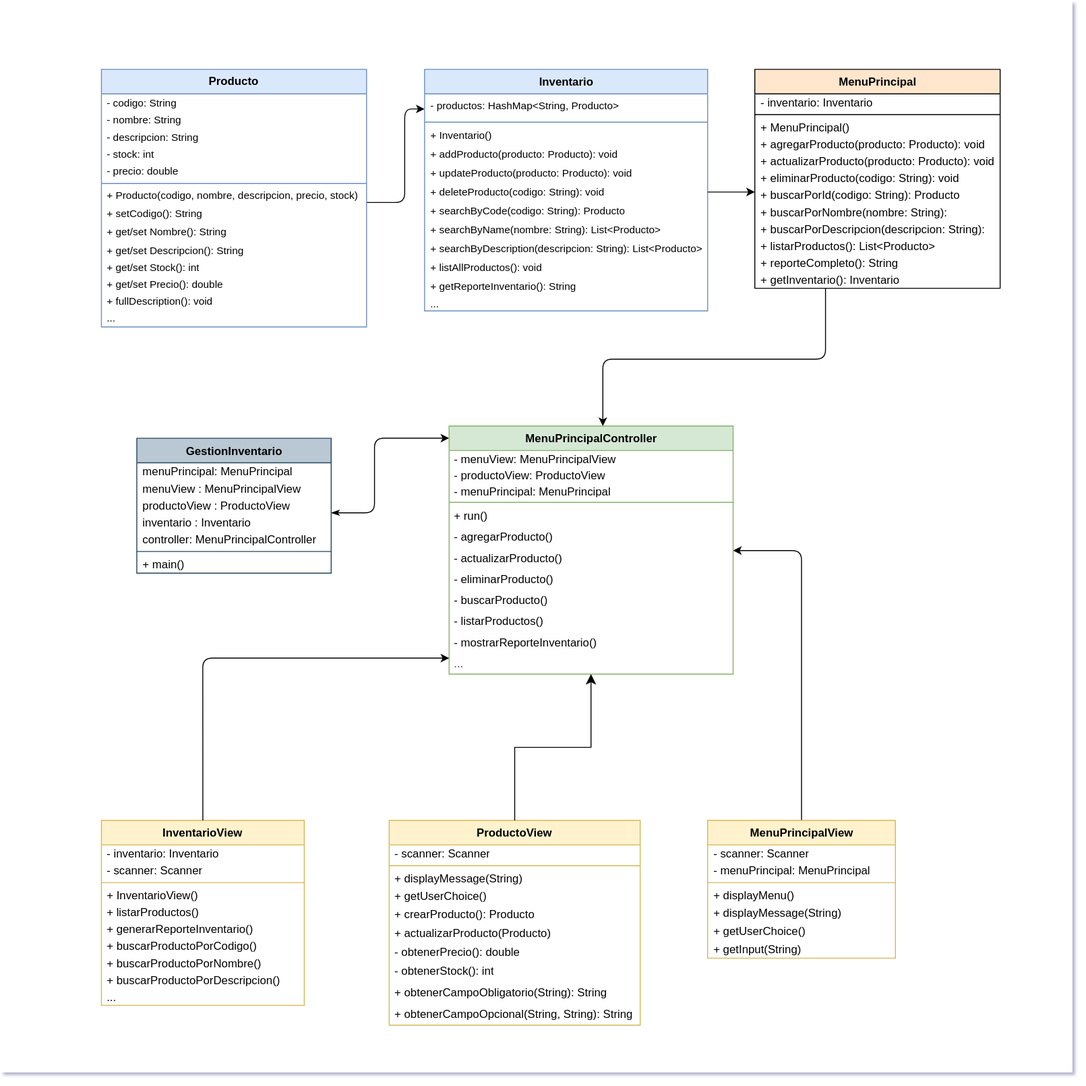
Earlier version of the draw.io export docs/GestionInventarioV2.drawio.svg (kbsg01/GestionInventarioV2). Source tidied: cells renumbered, new cells last; positions are measured from the earlier drawing's top-left corner, leaving out a move shared by most shapes.
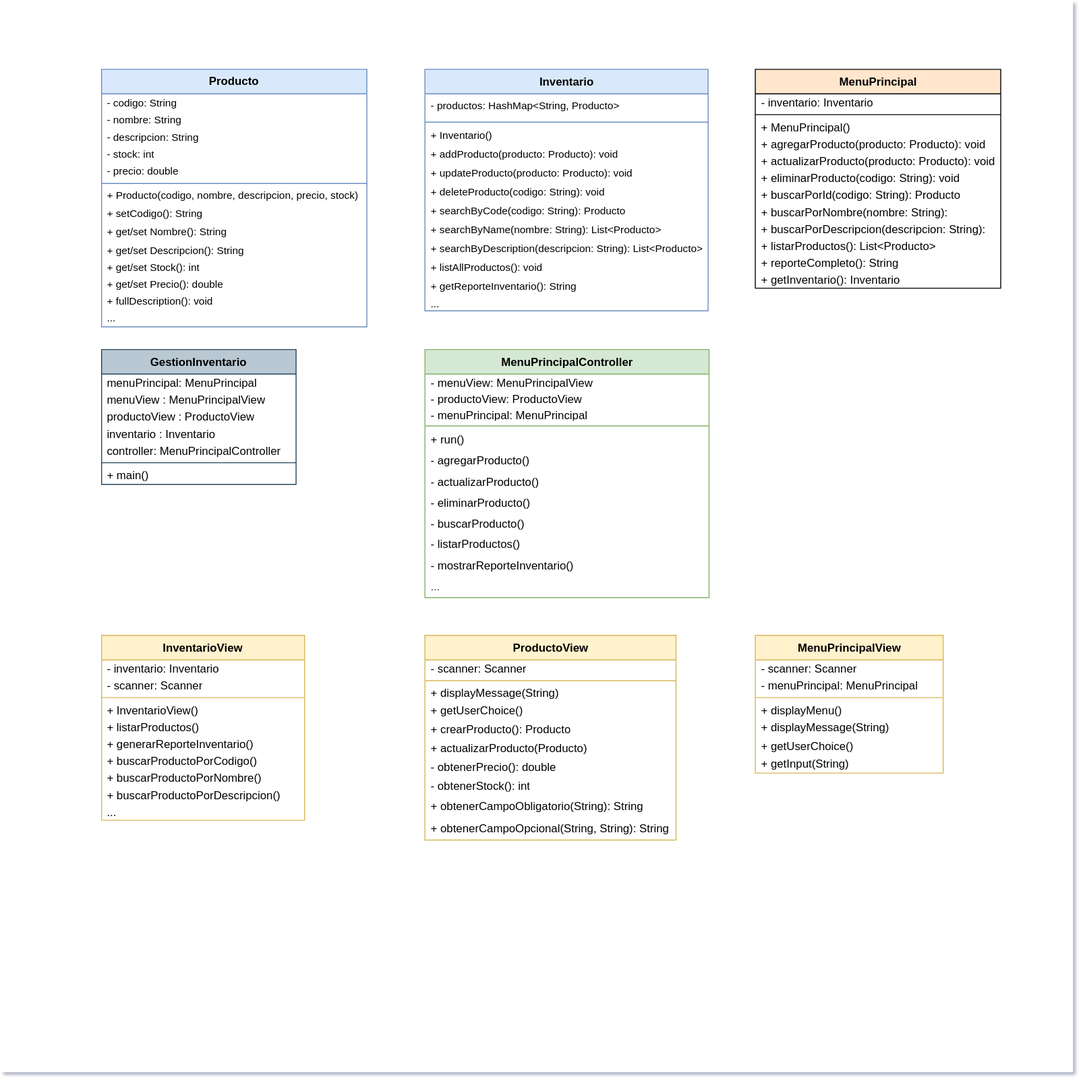
The same file after the commit.

Commit message:
Remove `InventarioView` from the README documentation as it is no longer part of the project structure.

Change to the diagram source:
```diff
@@ -2,21 +2,10 @@
   <root>
     <mxCell id="0" />
     <mxCell id="1" parent="0" />
-    <mxCell id="2" style="group;" parent="1" vertex="1">
-      <mxGeometry width="1140" height="1140" as="geometry" />
-    </mxCell>
-    <mxCell id="3" style="whiteSpace=wrap;html=1;strokeColor=none;" parent="2" vertex="1">
+    <mxCell id="3" style="whiteSpace=wrap;html=1;strokeColor=none;" parent="1" vertex="1">
       <mxGeometry width="1136" height="1136" as="geometry" />
     </mxCell>
-    <mxCell id="4" style="edgeStyle=orthogonalEdgeStyle;html=1;" parent="2" edge="1" source="5" target="20">
-      <mxGeometry relative="1" as="geometry">
-        <Array as="points">
-          <mxPoint x="428.5" y="214" />
-          <mxPoint x="428.5" y="115" />
-        </Array>
-      </mxGeometry>
-    </mxCell>
-    <mxCell id="5" value="Producto" style="swimlane;fontStyle=1;align=center;verticalAlign=middle;horizontal=1;startSize=26;whiteSpace=wrap;html=1;fillColor=#dae8fc;strokeColor=#6c8ebf;swimlaneFillColor=default;" parent="2" vertex="1">
+    <mxCell id="5" value="Producto" style="swimlane;fontStyle=1;align=center;verticalAlign=middle;horizontal=1;startSize=26;whiteSpace=wrap;html=1;fillColor=#dae8fc;strokeColor=#6c8ebf;swimlaneFillColor=default;" parent="1" vertex="1">
       <mxGeometry x="107" y="73" width="281" height="273" as="geometry" />
     </mxCell>
     <mxCell id="6" value="- codigo: String" style="text;strokeColor=none;fillColor=none;align=left;verticalAlign=middle;spacingLeft=4;spacingRight=4;overflow=hidden;whiteSpace=wrap;html=1;fontSize=11;" parent="5" vertex="1">
@@ -61,7 +50,7 @@
     <mxCell id="19" value="..." style="text;strokeColor=none;fillColor=none;align=left;verticalAlign=middle;spacingLeft=4;spacingRight=4;overflow=hidden;whiteSpace=wrap;html=1;fontSize=11;" parent="5" vertex="1">
       <mxGeometry y="255" width="281" height="18" as="geometry" />
     </mxCell>
-    <mxCell id="20" value="Inventario" style="swimlane;fontStyle=1;align=center;verticalAlign=top;horizontal=1;startSize=26;whiteSpace=wrap;html=1;fillColor=#dae8fc;strokeColor=#6c8ebf;gradientColor=none;swimlaneFillColor=default;" parent="2" vertex="1">
+    <mxCell id="20" value="Inventario" style="swimlane;fontStyle=1;align=center;verticalAlign=top;horizontal=1;startSize=26;whiteSpace=wrap;html=1;fillColor=#dae8fc;strokeColor=#6c8ebf;gradientColor=none;swimlaneFillColor=default;" parent="1" vertex="1">
       <mxGeometry x="449.5" y="73" width="300" height="256" as="geometry" />
     </mxCell>
     <mxCell id="21" value="- productos: HashMap&amp;lt;String, Producto&amp;gt;" style="text;strokeColor=none;fillColor=none;align=left;verticalAlign=top;spacingLeft=4;spacingRight=4;overflow=hidden;whiteSpace=wrap;html=1;fontSize=11;" parent="20" vertex="1">
@@ -100,8 +89,8 @@
     <mxCell id="32" value="..." style="text;strokeColor=none;fillColor=none;align=left;verticalAlign=middle;spacingLeft=4;spacingRight=4;overflow=hidden;whiteSpace=wrap;html=1;fontSize=11;" parent="20" vertex="1">
       <mxGeometry y="240" width="300" height="16" as="geometry" />
     </mxCell>
-    <mxCell id="33" value="InventarioView" style="swimlane;fontStyle=1;align=center;verticalAlign=top;horizontal=1;startSize=26;whiteSpace=wrap;html=1;fillColor=#fff2cc;strokeColor=#d6b656;swimlaneFillColor=default;" parent="2" vertex="1">
-      <mxGeometry x="107" y="869" width="215" height="196" as="geometry" />
+    <mxCell id="33" value="InventarioView" style="swimlane;fontStyle=1;align=center;verticalAlign=top;horizontal=1;startSize=26;whiteSpace=wrap;html=1;fillColor=#fff2cc;strokeColor=#d6b656;swimlaneFillColor=default;" parent="1" vertex="1">
+      <mxGeometry x="107" y="673" width="215" height="196" as="geometry" />
     </mxCell>
     <mxCell id="34" value="- inventario: Inventario" style="text;strokeColor=none;fillColor=none;align=left;verticalAlign=middle;spacingLeft=4;spacingRight=4;overflow=hidden;whiteSpace=wrap;html=1;" parent="33" vertex="1">
       <mxGeometry y="26" width="215" height="18" as="geometry" />
@@ -133,8 +122,8 @@
     <mxCell id="43" value="..." style="text;strokeColor=none;fillColor=none;align=left;verticalAlign=middle;spacingLeft=4;spacingRight=4;overflow=hidden;whiteSpace=wrap;html=1;" parent="33" vertex="1">
       <mxGeometry y="178" width="215" height="18" as="geometry" />
     </mxCell>
-    <mxCell id="44" value="ProductoView" style="swimlane;fontStyle=1;align=center;verticalAlign=top;horizontal=1;startSize=26;whiteSpace=wrap;html=1;fillColor=#fff2cc;strokeColor=#d6b656;swimlaneFillColor=default;" parent="2" vertex="1">
-      <mxGeometry x="412" y="869" width="266" height="217" as="geometry" />
+    <mxCell id="44" value="ProductoView" style="swimlane;fontStyle=1;align=center;verticalAlign=top;horizontal=1;startSize=26;whiteSpace=wrap;html=1;fillColor=#fff2cc;strokeColor=#d6b656;swimlaneFillColor=default;" parent="1" vertex="1">
+      <mxGeometry x="449.5" y="673" width="266" height="217" as="geometry" />
     </mxCell>
     <mxCell id="45" value="- scanner: Scanner" style="text;strokeColor=none;fillColor=none;align=left;verticalAlign=middle;spacingLeft=4;spacingRight=4;overflow=hidden;whiteSpace=wrap;html=1;" parent="44" vertex="1">
       <mxGeometry y="26" width="266" height="18" as="geometry" />
@@ -166,15 +155,8 @@
     <mxCell id="54" value="&lt;div&gt;&lt;span style=&quot;background-color: transparent;&quot;&gt;+ obtenerCampoOpcional(String, String): String&lt;/span&gt;&lt;/div&gt;" style="text;strokeColor=none;fillColor=none;align=left;verticalAlign=middle;spacingLeft=4;spacingRight=4;overflow=hidden;whiteSpace=wrap;html=1;fontColor=#000000;" parent="44" vertex="1">
       <mxGeometry y="194" width="266" height="23" as="geometry" />
     </mxCell>
-    <mxCell id="55" style="edgeStyle=orthogonalEdgeStyle;html=1;exitX=0.5;exitY=0;exitDx=0;exitDy=0;" parent="2" edge="1" source="56" target="64">
-      <mxGeometry relative="1" as="geometry">
-        <Array as="points">
-          <mxPoint x="849" y="583" />
-        </Array>
-      </mxGeometry>
-    </mxCell>
-    <mxCell id="56" value="MenuPrincipalView" style="swimlane;fontStyle=1;align=center;verticalAlign=top;horizontal=1;startSize=26;whiteSpace=wrap;html=1;fillColor=#fff2cc;strokeColor=#d6b656;swimlaneFillColor=default;" parent="2" vertex="1">
-      <mxGeometry x="749.5" y="869" width="199" height="146" as="geometry" />
+    <mxCell id="56" value="MenuPrincipalView" style="swimlane;fontStyle=1;align=center;verticalAlign=top;horizontal=1;startSize=26;whiteSpace=wrap;html=1;fillColor=#fff2cc;strokeColor=#d6b656;swimlaneFillColor=default;" parent="1" vertex="1">
+      <mxGeometry x="799.5" y="673" width="199" height="146" as="geometry" />
     </mxCell>
     <mxCell id="57" value="- scanner: Scanner" style="text;strokeColor=none;fillColor=none;align=left;verticalAlign=middle;spacingLeft=4;spacingRight=4;overflow=hidden;whiteSpace=wrap;html=1;" parent="56" vertex="1">
       <mxGeometry y="26" width="199" height="18" as="geometry" />
@@ -197,8 +179,8 @@
     <mxCell id="63" value="&lt;div&gt;&lt;span style=&quot;background-color: transparent;&quot;&gt;+ getInput(String)&lt;/span&gt;&lt;/div&gt;" style="text;strokeColor=none;fillColor=none;align=left;verticalAlign=middle;spacingLeft=4;spacingRight=4;overflow=hidden;whiteSpace=wrap;html=1;" parent="56" vertex="1">
       <mxGeometry y="127" width="199" height="19" as="geometry" />
     </mxCell>
-    <mxCell id="64" value="MenuPrincipalController" style="swimlane;fontStyle=1;align=center;verticalAlign=top;horizontal=1;startSize=26;whiteSpace=wrap;html=1;fillColor=#d5e8d4;strokeColor=#82b366;swimlaneFillColor=default;" parent="2" vertex="1">
-      <mxGeometry x="475.5" y="451" width="301" height="263" as="geometry" />
+    <mxCell id="64" value="MenuPrincipalController" style="swimlane;fontStyle=1;align=center;verticalAlign=top;horizontal=1;startSize=26;whiteSpace=wrap;html=1;fillColor=#d5e8d4;strokeColor=#82b366;swimlaneFillColor=default;" parent="1" vertex="1">
+      <mxGeometry x="449.5" y="370" width="301" height="263" as="geometry" />
     </mxCell>
     <mxCell id="65" value="&lt;div&gt;&lt;font color=&quot;#000000&quot;&gt;- menuView: MenuPrincipalView&lt;/font&gt;&lt;/div&gt;" style="text;strokeColor=none;fillColor=none;align=left;verticalAlign=middle;spacingLeft=4;spacingRight=4;overflow=hidden;whiteSpace=wrap;html=1;" parent="64" vertex="1">
       <mxGeometry y="26" width="301" height="17" as="geometry" />
@@ -236,15 +218,7 @@
     <mxCell id="76" value="&lt;div&gt;&lt;span style=&quot;color: rgb(63, 63, 63); background-color: transparent;&quot;&gt;...&lt;/span&gt;&lt;/div&gt;" style="text;strokeColor=none;fillColor=none;align=left;verticalAlign=middle;spacingLeft=4;spacingRight=4;overflow=hidden;whiteSpace=wrap;html=1;" parent="64" vertex="1">
       <mxGeometry y="241" width="301" height="22" as="geometry" />
     </mxCell>
-    <mxCell id="77" style="edgeStyle=orthogonalEdgeStyle;html=1;" parent="2" edge="1" source="78" target="64">
-      <mxGeometry relative="1" as="geometry">
-        <Array as="points">
-          <mxPoint x="874.5" y="380" />
-          <mxPoint x="638.5" y="380" />
-        </Array>
-      </mxGeometry>
-    </mxCell>
-    <mxCell id="78" value="MenuPrincipal" style="swimlane;fontStyle=1;align=center;verticalAlign=top;horizontal=1;startSize=26;whiteSpace=wrap;html=1;fillColor=#FFE6CC;swimlaneFillColor=default;" parent="2" vertex="1">
+    <mxCell id="78" value="MenuPrincipal" style="swimlane;fontStyle=1;align=center;verticalAlign=top;horizontal=1;startSize=26;whiteSpace=wrap;html=1;fillColor=#FFE6CC;swimlaneFillColor=default;" parent="1" vertex="1">
       <mxGeometry x="799.5" y="73" width="260" height="232" as="geometry" />
     </mxCell>
     <mxCell id="79" value="- inventario: Inventario" style="text;strokeColor=none;fillColor=none;align=left;verticalAlign=middle;spacingLeft=4;spacingRight=4;overflow=hidden;whiteSpace=wrap;html=1;" parent="78" vertex="1">
@@ -283,35 +257,8 @@
     <mxCell id="90" value="+ getInventario(): Inventario" style="text;strokeColor=none;fillColor=none;align=left;verticalAlign=middle;spacingLeft=4;spacingRight=4;overflow=hidden;whiteSpace=wrap;html=1;" parent="78" vertex="1">
       <mxGeometry y="214" width="260" height="18" as="geometry" />
     </mxCell>
-    <mxCell id="91" style="elbow=vertical;endArrow=classic;html=1;rounded=0;endSize=8;startSize=8;edgeStyle=orthogonalEdgeStyle;" parent="2" edge="1" source="44" target="64">
-      <mxGeometry relative="1" as="geometry" />
-    </mxCell>
-    <mxCell id="92" style="edgeStyle=orthogonalEdgeStyle;html=1;exitX=0.5;exitY=0;exitDx=0;exitDy=0;" parent="2" edge="1" source="33" target="64">
-      <mxGeometry relative="1" as="geometry">
-        <Array as="points">
-          <mxPoint x="377.5" y="697" />
-          <mxPoint x="593.5" y="697" />
-        </Array>
-      </mxGeometry>
-    </mxCell>
-    <mxCell id="93" style="edgeStyle=orthogonalEdgeStyle;html=1;" parent="2" edge="1" source="26" target="78">
-      <mxGeometry relative="1" as="geometry">
-        <Array as="points">
-          <mxPoint x="867.5" y="207" />
-          <mxPoint x="867.5" y="114" />
-        </Array>
-      </mxGeometry>
-    </mxCell>
-    <mxCell id="94" style="edgeStyle=orthogonalEdgeStyle;html=1;endArrow=classic;endFill=1;startArrow=classicThin;startFill=1;" parent="2" edge="1" source="95" target="64">
-      <mxGeometry relative="1" as="geometry">
-        <Array as="points">
-          <mxPoint x="396.5" y="543" />
-          <mxPoint x="396.5" y="464" />
-        </Array>
-      </mxGeometry>
-    </mxCell>
-    <mxCell id="95" value="GestionInventario" style="swimlane;fontStyle=1;align=center;verticalAlign=top;horizontal=1;startSize=26;whiteSpace=wrap;html=1;fillColor=#bac8d3;strokeColor=#23445d;swimlaneFillColor=default;" parent="2" vertex="1">
-      <mxGeometry x="144.5" y="464" width="206" height="143" as="geometry" />
+    <mxCell id="95" value="GestionInventario" style="swimlane;fontStyle=1;align=center;verticalAlign=top;horizontal=1;startSize=26;whiteSpace=wrap;html=1;fillColor=#bac8d3;strokeColor=#23445d;swimlaneFillColor=default;" parent="1" vertex="1">
+      <mxGeometry x="107" y="370" width="206" height="143" as="geometry" />
     </mxCell>
     <mxCell id="96" value="menuPrincipal:&amp;nbsp;&lt;span style=&quot;color: rgb(0, 0, 0);&quot;&gt;MenuPrincipal&lt;/span&gt;" style="text;strokeColor=none;fillColor=none;align=left;verticalAlign=middle;spacingLeft=4;spacingRight=4;overflow=hidden;whiteSpace=wrap;html=1;" parent="95" vertex="1">
       <mxGeometry y="26" width="206" height="18" as="geometry" />
```
